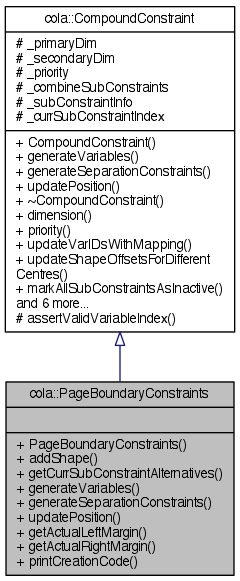
Above: documentation/classcola_1_1PageBoundaryConstraints__inherit__graph.png in mjwybrow/adaptagrams (Graphviz), before the change. Its source is kept beside it as documentation/classcola_1_1PageBoundaryConstraints__inherit__graph.dot. Source of this version:
```dot
digraph "cola::PageBoundaryConstraints"
{
  edge [fontname="Helvetica",fontsize="10",labelfontname="Helvetica",labelfontsize="10"];
  node [fontname="Helvetica",fontsize="10",shape=record];
  Node1 [label="{cola::PageBoundaryConstraints\n||+ PageBoundaryConstraints()\l+ addShape()\l+ getCurrSubConstraintAlternatives()\l+ generateVariables()\l+ generateSeparationConstraints()\l+ updatePosition()\l+ getActualLeftMargin()\l+ getActualRightMargin()\l+ printCreationCode()\l}",height=0.2,width=0.4,color="black", fillcolor="grey75", style="filled" fontcolor="black"];
  Node2 -> Node1 [dir="back",color="midnightblue",fontsize="10",style="solid",arrowtail="onormal",fontname="Helvetica"];
  Node2 [label="{cola::CompoundConstraint\n|# _primaryDim\l# _secondaryDim\l# _priority\l# _combineSubConstraints\l# _subConstraintInfo\l# _currSubConstraintIndex\l|+ CompoundConstraint()\l+ generateVariables()\l+ generateSeparationConstraints()\l+ updatePosition()\l+ ~CompoundConstraint()\l+ dimension()\l+ priority()\l+ updateVarIDsWithMapping()\l+ updateShapeOffsetsForDifferent\lCentres()\l+ markAllSubConstraintsAsInactive()\land 6 more...\l# assertValidVariableIndex()\l}",height=0.2,width=0.4,color="black", fillcolor="white", style="filled",URL="$classcola_1_1CompoundConstraint.html",tooltip="An abstract base class for all high-level compound constraints."];
}
```
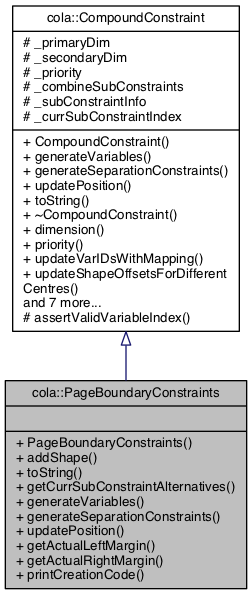
The same diagram one commit later.

What changed in the source:
```diff
@@ -2,7 +2,7 @@
 {
   edge [fontname="Helvetica",fontsize="10",labelfontname="Helvetica",labelfontsize="10"];
   node [fontname="Helvetica",fontsize="10",shape=record];
-  Node1 [label="{cola::PageBoundaryConstraints\n||+ PageBoundaryConstraints()\l+ addShape()\l+ getCurrSubConstraintAlternatives()\l+ generateVariables()\l+ generateSeparationConstraints()\l+ updatePosition()\l+ getActualLeftMargin()\l+ getActualRightMargin()\l+ printCreationCode()\l}",height=0.2,width=0.4,color="black", fillcolor="grey75", style="filled" fontcolor="black"];
+  Node1 [label="{cola::PageBoundaryConstraints\n||+ PageBoundaryConstraints()\l+ addShape()\l+ toString()\l+ getCurrSubConstraintAlternatives()\l+ generateVariables()\l+ generateSeparationConstraints()\l+ updatePosition()\l+ getActualLeftMargin()\l+ getActualRightMargin()\l+ printCreationCode()\l}",height=0.2,width=0.4,color="black", fillcolor="grey75", style="filled", fontcolor="black"];
   Node2 -> Node1 [dir="back",color="midnightblue",fontsize="10",style="solid",arrowtail="onormal",fontname="Helvetica"];
-  Node2 [label="{cola::CompoundConstraint\n|# _primaryDim\l# _secondaryDim\l# _priority\l# _combineSubConstraints\l# _subConstraintInfo\l# _currSubConstraintIndex\l|+ CompoundConstraint()\l+ generateVariables()\l+ generateSeparationConstraints()\l+ updatePosition()\l+ ~CompoundConstraint()\l+ dimension()\l+ priority()\l+ updateVarIDsWithMapping()\l+ updateShapeOffsetsForDifferent\lCentres()\l+ markAllSubConstraintsAsInactive()\land 6 more...\l# assertValidVariableIndex()\l}",height=0.2,width=0.4,color="black", fillcolor="white", style="filled",URL="$classcola_1_1CompoundConstraint.html",tooltip="An abstract base class for all high-level compound constraints."];
+  Node2 [label="{cola::CompoundConstraint\n|# _primaryDim\l# _secondaryDim\l# _priority\l# _combineSubConstraints\l# _subConstraintInfo\l# _currSubConstraintIndex\l|+ CompoundConstraint()\l+ generateVariables()\l+ generateSeparationConstraints()\l+ updatePosition()\l+ toString()\l+ ~CompoundConstraint()\l+ dimension()\l+ priority()\l+ updateVarIDsWithMapping()\l+ updateShapeOffsetsForDifferent\lCentres()\land 7 more...\l# assertValidVariableIndex()\l}",height=0.2,width=0.4,color="black", fillcolor="white", style="filled",URL="$classcola_1_1CompoundConstraint.html",tooltip="An abstract base class for all high-level compound constraints. "];
 }
```
